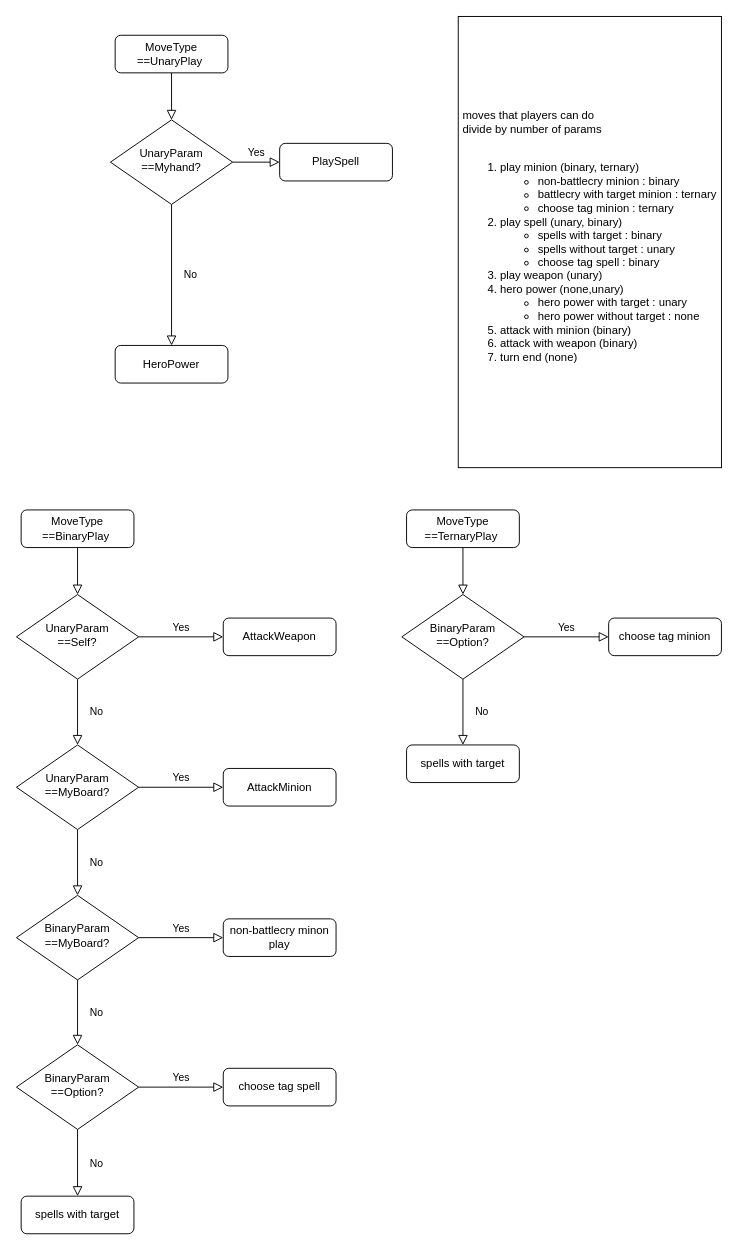
This is moves.drawio from gsgyuhwan/hs_game_server_toyproject, a draw.io file, before an edit. Source tidied: cells renumbered, new cells numbered last; positions are measured from the earlier drawing's top-left corner, leaving out a move shared by most shapes. Both pictures are drawn from the tidied source at 94%, with x=0, y=0 at pixel (16, 16).
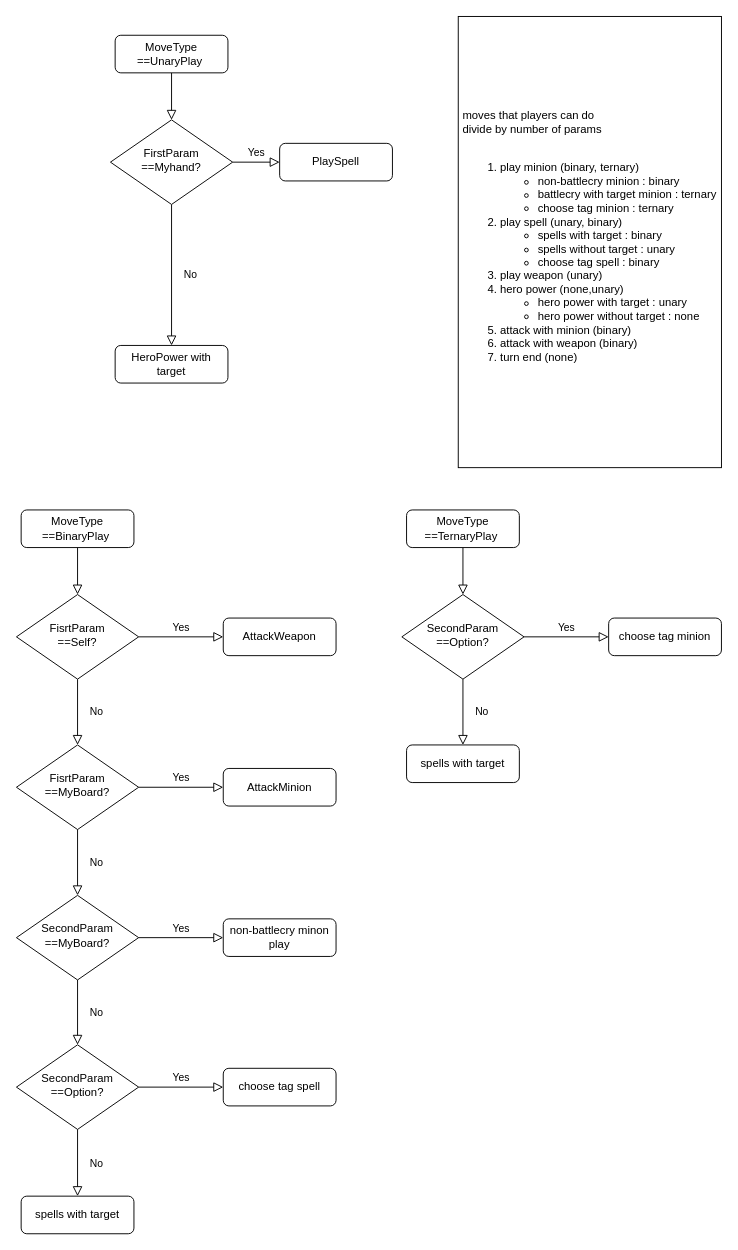
The same diagram, later.

Change to the diagram source:
```diff
@@
-    <mxCell id="6" value="UnaryParam&lt;br&gt;==Myhand?" style="rhombus;whiteSpace=wrap;html=1;shadow=0;fontFamily=Helvetica;fontSize=12;align=center;strokeWidth=1;spacing=6;spacingTop=-4;" parent="1" vertex="1">
+    <mxCell id="6" value="FirstParam&lt;br&gt;==Myhand?" style="rhombus;whiteSpace=wrap;html=1;shadow=0;fontFamily=Helvetica;fontSize=12;align=center;strokeWidth=1;spacing=6;spacingTop=-4;" parent="1" vertex="1">
       <mxGeometry x="100" y="110" width="130" height="90" as="geometry" />
     </mxCell>
@@
-    <mxCell id="8" value="HeroPower" style="rounded=1;whiteSpace=wrap;html=1;fontSize=12;glass=0;strokeWidth=1;shadow=0;" parent="1" vertex="1">
+    <mxCell id="8" value="HeroPower with target" style="rounded=1;whiteSpace=wrap;html=1;fontSize=12;glass=0;strokeWidth=1;shadow=0;" parent="1" vertex="1">
       <mxGeometry x="105" y="350" width="120" height="40" as="geometry" />
     </mxCell>
@@
-    <mxCell id="14" value="UnaryParam&lt;br&gt;==Self?" style="rhombus;whiteSpace=wrap;html=1;shadow=0;fontFamily=Helvetica;fontSize=12;align=center;strokeWidth=1;spacing=6;spacingTop=-4;" parent="1" vertex="1">
+    <mxCell id="14" value="FisrtParam&lt;br&gt;==Self?" style="rhombus;whiteSpace=wrap;html=1;shadow=0;fontFamily=Helvetica;fontSize=12;align=center;strokeWidth=1;spacing=6;spacingTop=-4;" parent="1" vertex="1">
       <mxGeometry y="615" width="130" height="90" as="geometry" />
     </mxCell>
-    <mxCell id="15" value="UnaryParam&lt;br&gt;==MyBoard?" style="rhombus;whiteSpace=wrap;html=1;shadow=0;fontFamily=Helvetica;fontSize=12;align=center;strokeWidth=1;spacing=6;spacingTop=-4;" parent="1" vertex="1">
+    <mxCell id="15" value="FisrtParam&lt;br&gt;==MyBoard?" style="rhombus;whiteSpace=wrap;html=1;shadow=0;fontFamily=Helvetica;fontSize=12;align=center;strokeWidth=1;spacing=6;spacingTop=-4;" parent="1" vertex="1">
       <mxGeometry y="775" width="130" height="90" as="geometry" />
     </mxCell>
@@
-    <mxCell id="20" value="BinaryParam&lt;br&gt;==MyBoard?" style="rhombus;whiteSpace=wrap;html=1;shadow=0;fontFamily=Helvetica;fontSize=12;align=center;strokeWidth=1;spacing=6;spacingTop=-4;" parent="1" vertex="1">
+    <mxCell id="20" value="SecondParam&lt;br&gt;==MyBoard?" style="rhombus;whiteSpace=wrap;html=1;shadow=0;fontFamily=Helvetica;fontSize=12;align=center;strokeWidth=1;spacing=6;spacingTop=-4;" parent="1" vertex="1">
       <mxGeometry y="935" width="130" height="90" as="geometry" />
     </mxCell>
@@
-    <mxCell id="24" value="BinaryParam&lt;br&gt;==Option?" style="rhombus;whiteSpace=wrap;html=1;shadow=0;fontFamily=Helvetica;fontSize=12;align=center;strokeWidth=1;spacing=6;spacingTop=-4;" parent="1" vertex="1">
+    <mxCell id="24" value="SecondParam&lt;br&gt;==Option?" style="rhombus;whiteSpace=wrap;html=1;shadow=0;fontFamily=Helvetica;fontSize=12;align=center;strokeWidth=1;spacing=6;spacingTop=-4;" parent="1" vertex="1">
       <mxGeometry y="1094" width="130" height="90" as="geometry" />
     </mxCell>
@@
-    <mxCell id="33" value="BinaryParam&lt;br&gt;==Option?" style="rhombus;whiteSpace=wrap;html=1;shadow=0;fontFamily=Helvetica;fontSize=12;align=center;strokeWidth=1;spacing=6;spacingTop=-4;" parent="1" vertex="1">
+    <mxCell id="33" value="SecondParam&lt;br&gt;==Option?" style="rhombus;whiteSpace=wrap;html=1;shadow=0;fontFamily=Helvetica;fontSize=12;align=center;strokeWidth=1;spacing=6;spacingTop=-4;" parent="1" vertex="1">
       <mxGeometry x="410" y="615" width="130" height="90" as="geometry" />
     </mxCell>
```
